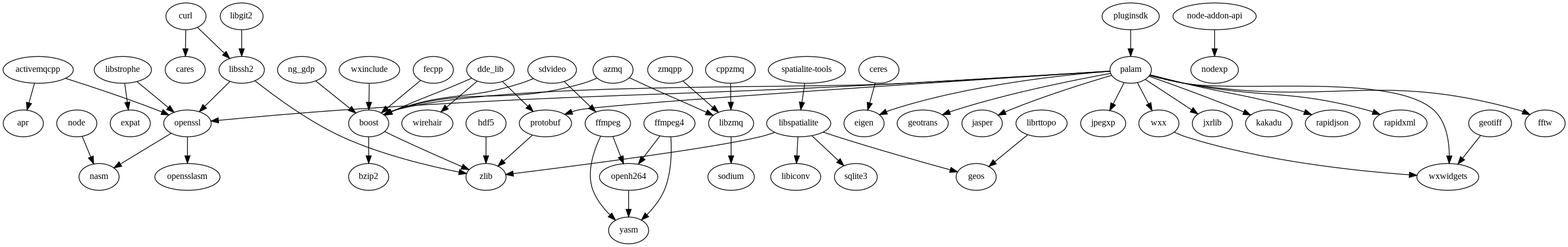
externpro/externpro keeps this Graphviz diagram as cmake/deps.png. Above is the earlier version. Its source is kept beside it as cmake/deps.dot.
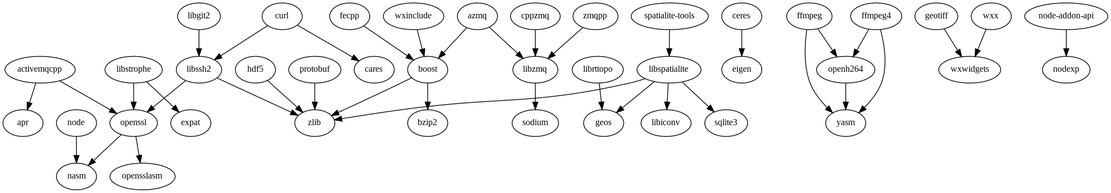
Above is the later version.

The edit, as a diff of the source:
```diff
@@ -10,9 +10,6 @@
   "cppzmq" -> "libzmq";
   "curl" -> "cares";
   "curl" -> "libssh2";
-  "dde_lib" -> "boost";
-  "dde_lib" -> "protobuf";
-  "dde_lib" -> "wirehair";
   "fecpp" -> "boost";
   "ffmpeg" -> "openh264";
   "ffmpeg" -> "yasm";
@@ -31,30 +28,12 @@
   "libstrophe" -> "expat";
   "libstrophe" -> "openssl";
   "libzmq" -> "sodium";
-  "ng_gdp" -> "boost";
   "node" -> "nasm";
   "node-addon-api" -> "nodexp";
   "openh264" -> "yasm";
   "openssl" -> "nasm";
   "openssl" -> "opensslasm";
-  "palam" -> "boost";
-  "palam" -> "eigen";
-  "palam" -> "fftw";
-  "palam" -> "geotrans";
-  "palam" -> "jasper";
-  "palam" -> "jpegxp";
-  "palam" -> "jxrlib";
-  "palam" -> "kakadu";
-  "palam" -> "openssl";
-  "palam" -> "protobuf";
-  "palam" -> "rapidjson";
-  "palam" -> "rapidxml";
-  "palam" -> "wxwidgets";
-  "palam" -> "wxx";
-  "pluginsdk" -> "palam";
   "protobuf" -> "zlib";
-  "sdvideo" -> "boost";
-  "sdvideo" -> "ffmpeg";
   "spatialite-tools" -> "libspatialite";
   "wxinclude" -> "boost";
   "wxx" -> "wxwidgets";
```
